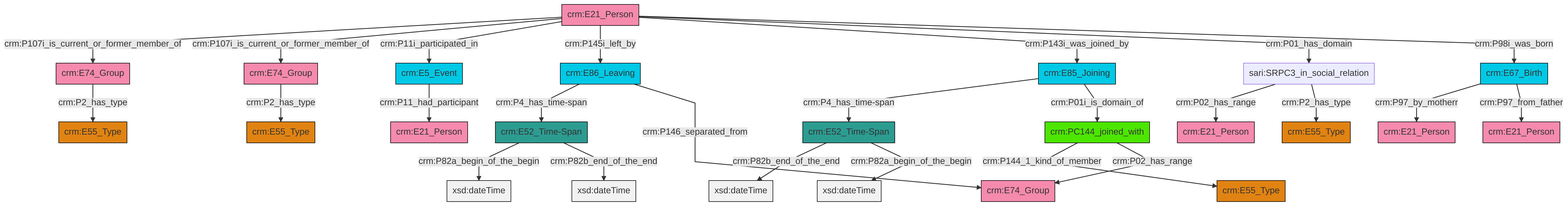
Above: et/personCSV/ttl/mmd/png/Person_Actor_Relations.png in swiss-art-research-net/docs.swissartresearch (Mermaid), before the change. Its source is kept beside it as et/personCSV/ttl/mmd/Person_Actor_Relations.ttl.mmd.
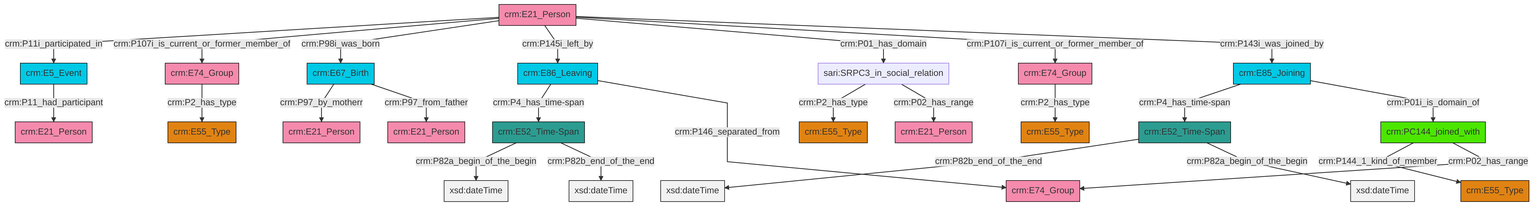
After the change.

The edit, as a diff of the source:
```diff
@@ -13,27 +13,27 @@
 classDef PC_Classes fill:#4ce600, stroke:#000000;
 classDef Multi fill:#cccccc,stroke:#000000;
 
-6["sari:SRPC3_in_social_relation"]:::Default -->|crm:P02_has_range| 7["crm:E21_Person"]:::Actor
-8["crm:E86_Leaving"]:::Temporal_Entity -->|crm:P4_has_time-span| 9["crm:E52_Time-Span"]:::Time-Span
-10["crm:E21_Person"]:::Actor -->|crm:P107i_is_current_or_former_member_of| 11["crm:E74_Group"]:::Actor
-13["crm:E52_Time-Span"]:::Time-Span -->|crm:P82b_end_of_the_end| 14[xsd:dateTime]:::Literal
-17["crm:E74_Group"]:::Actor -->|crm:P2_has_type| 18["crm:E55_Type"]:::Type
-10["crm:E21_Person"]:::Actor -->|crm:P107i_is_current_or_former_member_of| 17["crm:E74_Group"]:::Actor
-22["crm:E5_Event"]:::Temporal_Entity -->|crm:P11_had_participant| 19["crm:E21_Person"]:::Actor
-11["crm:E74_Group"]:::Actor -->|crm:P2_has_type| 2["crm:E55_Type"]:::Type
-27["crm:E85_Joining"]:::Temporal_Entity -->|crm:P4_has_time-span| 13["crm:E52_Time-Span"]:::Time-Span
-25["crm:PC144_joined_with"]:::PC_Classes -->|crm:P144_1_kind_of_member| 0["crm:E55_Type"]:::Type
-10["crm:E21_Person"]:::Actor -->|crm:P11i_participated_in| 22["crm:E5_Event"]:::Temporal_Entity
-13["crm:E52_Time-Span"]:::Time-Span -->|crm:P82a_begin_of_the_begin| 32[xsd:dateTime]:::Literal
-9["crm:E52_Time-Span"]:::Time-Span -->|crm:P82a_begin_of_the_begin| 34[xsd:dateTime]:::Literal
-27["crm:E85_Joining"]:::Temporal_Entity -->|crm:P01i_is_domain_of| 25["crm:PC144_joined_with"]:::PC_Classes
-4["crm:E67_Birth"]:::Temporal_Entity -->|crm:P97_by_motherr| 35["crm:E21_Person"]:::Actor
-4["crm:E67_Birth"]:::Temporal_Entity -->|crm:P97_from_father| 23["crm:E21_Person"]:::Actor
-9["crm:E52_Time-Span"]:::Time-Span -->|crm:P82b_end_of_the_end| 40[xsd:dateTime]:::Literal
-6["sari:SRPC3_in_social_relation"]:::Default -->|crm:P2_has_type| 28["crm:E55_Type"]:::Type
-10["crm:E21_Person"]:::Actor -->|crm:P145i_left_by| 8["crm:E86_Leaving"]:::Temporal_Entity
-8["crm:E86_Leaving"]:::Temporal_Entity -->|crm:P146_separated_from| 38["crm:E74_Group"]:::Actor
-25["crm:PC144_joined_with"]:::PC_Classes -->|crm:P02_has_range| 38["crm:E74_Group"]:::Actor
-10["crm:E21_Person"]:::Actor -->|crm:P143i_was_joined_by| 27["crm:E85_Joining"]:::Temporal_Entity
-10["crm:E21_Person"]:::Actor -->|crm:P01_has_domain| 6["sari:SRPC3_in_social_relation"]:::Default
-10["crm:E21_Person"]:::Actor -->|crm:P98i_was_born| 4["crm:E67_Birth"]:::Temporal_Entity
+0["crm:E21_Person"]:::Actor -->|crm:P11i_participated_in| 1["crm:E5_Event"]:::Temporal_Entity
+1["crm:E5_Event"]:::Temporal_Entity -->|crm:P11_had_participant| 4["crm:E21_Person"]:::Actor
+0["crm:E21_Person"]:::Actor -->|crm:P107i_is_current_or_former_member_of| 5["crm:E74_Group"]:::Actor
+8["sari:SRPC3_in_social_relation"]:::Default -->|crm:P2_has_type| 9["crm:E55_Type"]:::Type
+13["crm:E52_Time-Span"]:::Time-Span -->|crm:P82a_begin_of_the_begin| 14[xsd:dateTime]:::Literal
+8["sari:SRPC3_in_social_relation"]:::Default -->|crm:P02_has_range| 17["crm:E21_Person"]:::Actor
+0["crm:E21_Person"]:::Actor -->|crm:P98i_was_born| 18["crm:E67_Birth"]:::Temporal_Entity
+19["crm:E74_Group"]:::Actor -->|crm:P2_has_type| 2["crm:E55_Type"]:::Type
+0["crm:E21_Person"]:::Actor -->|crm:P145i_left_by| 15["crm:E86_Leaving"]:::Temporal_Entity
+15["crm:E86_Leaving"]:::Temporal_Entity -->|crm:P4_has_time-span| 13["crm:E52_Time-Span"]:::Time-Span
+24["crm:PC144_joined_with"]:::PC_Classes -->|crm:P144_1_kind_of_member| 20["crm:E55_Type"]:::Type
+25["crm:E85_Joining"]:::Temporal_Entity -->|crm:P4_has_time-span| 26["crm:E52_Time-Span"]:::Time-Span
+26["crm:E52_Time-Span"]:::Time-Span -->|crm:P82b_end_of_the_end| 28[xsd:dateTime]:::Literal
+18["crm:E67_Birth"]:::Temporal_Entity -->|crm:P97_by_motherr| 6["crm:E21_Person"]:::Actor
+25["crm:E85_Joining"]:::Temporal_Entity -->|crm:P01i_is_domain_of| 24["crm:PC144_joined_with"]:::PC_Classes
+0["crm:E21_Person"]:::Actor -->|crm:P01_has_domain| 8["sari:SRPC3_in_social_relation"]:::Default
+15["crm:E86_Leaving"]:::Temporal_Entity -->|crm:P146_separated_from| 35["crm:E74_Group"]:::Actor
+5["crm:E74_Group"]:::Actor -->|crm:P2_has_type| 11["crm:E55_Type"]:::Type
+24["crm:PC144_joined_with"]:::PC_Classes -->|crm:P02_has_range| 35["crm:E74_Group"]:::Actor
+26["crm:E52_Time-Span"]:::Time-Span -->|crm:P82a_begin_of_the_begin| 38[xsd:dateTime]:::Literal
+0["crm:E21_Person"]:::Actor -->|crm:P107i_is_current_or_former_member_of| 19["crm:E74_Group"]:::Actor
+13["crm:E52_Time-Span"]:::Time-Span -->|crm:P82b_end_of_the_end| 40[xsd:dateTime]:::Literal
+0["crm:E21_Person"]:::Actor -->|crm:P143i_was_joined_by| 25["crm:E85_Joining"]:::Temporal_Entity
+18["crm:E67_Birth"]:::Temporal_Entity -->|crm:P97_from_father| 31["crm:E21_Person"]:::Actor
```
